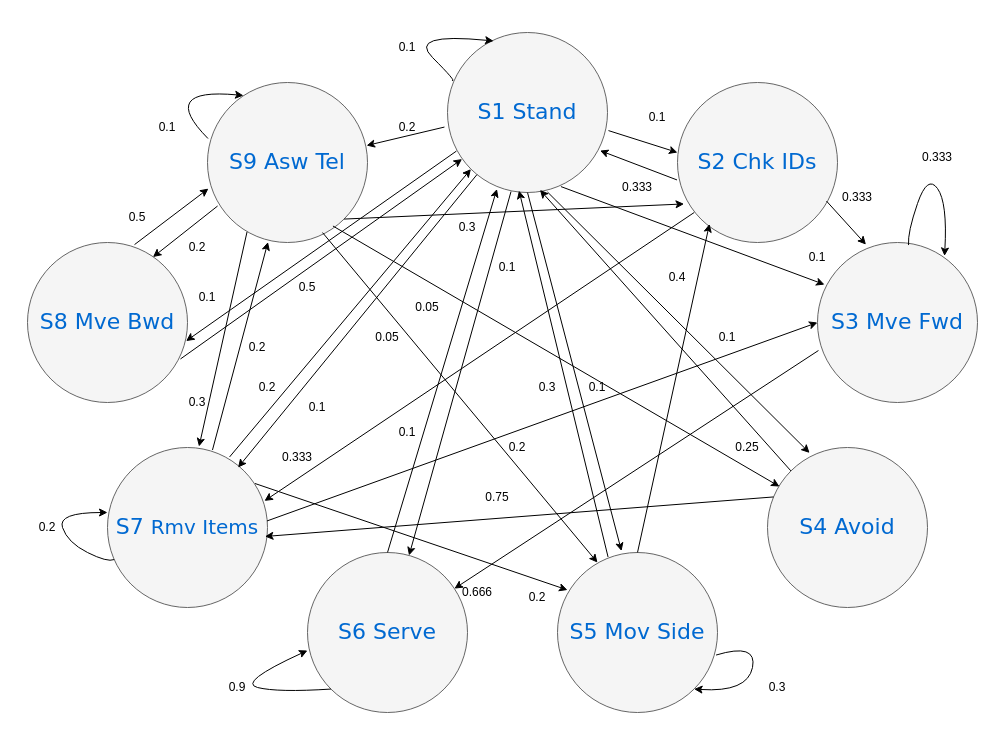
The draw.io diagram Untitled Diagram.drawio in lcw650/lcw2, before the edit. Source tidied: cells renumbered, new cells numbered last; positions are measured from the earlier drawing's top-left corner, leaving out a move shared by most shapes. Both pictures are drawn from the tidied source at 100%, with x=0, y=0 at pixel (17, 32).
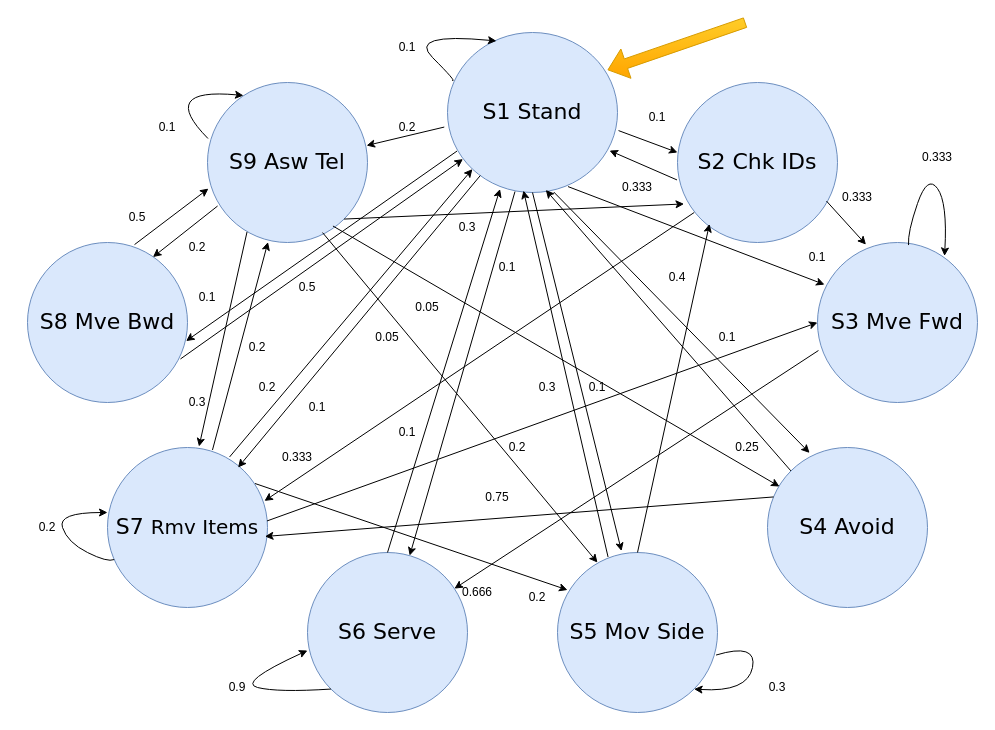
Above is the later version.

Change to the diagram source:
```diff
@@
-    <mxCell id="2" value="S1 Stand" style="ellipse;whiteSpace=wrap;html=1;rounded=0;shadow=0;dashed=0;comic=0;fontFamily=Verdana;fontSize=22;fontColor=#0069D1;fillColor=#f5f5f5;strokeColor=#666666;" parent="1" vertex="1">
-      <mxGeometry x="430" width="160" height="160" as="geometry" />
+    <mxCell id="2" value="S1 Stand" style="ellipse;whiteSpace=wrap;html=1;rounded=0;shadow=0;dashed=0;comic=0;fontFamily=Verdana;fontSize=22;fillColor=#dae8fc;strokeColor=#6c8ebf;" parent="1" vertex="1">
+      <mxGeometry x="430" width="170" height="160" as="geometry" />
     </mxCell>
-    <mxCell id="3" value="S5 Mov Side" style="ellipse;whiteSpace=wrap;html=1;rounded=0;shadow=0;dashed=0;comic=0;fontFamily=Verdana;fontSize=22;fontColor=#0069D1;fillColor=#f5f5f5;strokeColor=#666666;" parent="1" vertex="1">
+    <mxCell id="3" value="S5 Mov Side" style="ellipse;whiteSpace=wrap;html=1;rounded=0;shadow=0;dashed=0;comic=0;fontFamily=Verdana;fontSize=22;fillColor=#dae8fc;strokeColor=#6c8ebf;" parent="1" vertex="1">
       <mxGeometry x="540" y="520" width="160" height="160" as="geometry" />
     </mxCell>
-    <mxCell id="4" value="S3 Mve Fwd" style="ellipse;whiteSpace=wrap;html=1;rounded=0;shadow=0;dashed=0;comic=0;fontFamily=Verdana;fontSize=22;fontColor=#0069D1;fillColor=#f5f5f5;strokeColor=#666666;" parent="1" vertex="1">
+    <mxCell id="4" value="S3 Mve Fwd" style="ellipse;whiteSpace=wrap;html=1;rounded=0;shadow=0;dashed=0;comic=0;fontFamily=Verdana;fontSize=22;fillColor=#dae8fc;strokeColor=#6c8ebf;" parent="1" vertex="1">
       <mxGeometry x="800" y="210" width="160" height="160" as="geometry" />
     </mxCell>
-    <mxCell id="5" value="S7 &lt;font style=&quot;font-size: 20px;&quot;&gt;Rmv Items&lt;/font&gt;" style="ellipse;whiteSpace=wrap;html=1;rounded=0;shadow=0;dashed=0;comic=0;fontFamily=Verdana;fontSize=22;fontColor=#0069D1;fillColor=#f5f5f5;strokeColor=#666666;" parent="1" vertex="1">
+    <mxCell id="5" value="S7 &lt;font style=&quot;font-size: 20px;&quot;&gt;Rmv Items&lt;/font&gt;" style="ellipse;whiteSpace=wrap;html=1;rounded=0;shadow=0;dashed=0;comic=0;fontFamily=Verdana;fontSize=22;fillColor=#dae8fc;strokeColor=#6c8ebf;" parent="1" vertex="1">
       <mxGeometry x="90" y="415" width="160" height="160" as="geometry" />
     </mxCell>
-    <mxCell id="6" value="S8 Mve Bwd" style="ellipse;whiteSpace=wrap;html=1;rounded=0;shadow=0;dashed=0;comic=0;fontFamily=Verdana;fontSize=22;fontColor=#0069D1;fillColor=#f5f5f5;strokeColor=#666666;" parent="1" vertex="1">
+    <mxCell id="6" value="S8 Mve Bwd" style="ellipse;whiteSpace=wrap;html=1;rounded=0;shadow=0;dashed=0;comic=0;fontFamily=Verdana;fontSize=22;fillColor=#dae8fc;strokeColor=#6c8ebf;" parent="1" vertex="1">
       <mxGeometry x="10" y="210" width="160" height="160" as="geometry" />
     </mxCell>
-    <mxCell id="7" value="S2 Chk IDs" style="ellipse;whiteSpace=wrap;html=1;rounded=0;shadow=0;dashed=0;comic=0;fontFamily=Verdana;fontSize=22;fontColor=#0069D1;fillColor=#f5f5f5;strokeColor=#666666;" parent="1" vertex="1">
+    <mxCell id="7" value="S2 Chk IDs" style="ellipse;whiteSpace=wrap;html=1;rounded=0;shadow=0;dashed=0;comic=0;fontFamily=Verdana;fontSize=22;fillColor=#dae8fc;strokeColor=#6c8ebf;" parent="1" vertex="1">
       <mxGeometry x="660" y="50" width="160" height="160" as="geometry" />
     </mxCell>
-    <mxCell id="8" value="S4 Avoid" style="ellipse;whiteSpace=wrap;html=1;rounded=0;shadow=0;dashed=0;comic=0;fontFamily=Verdana;fontSize=22;fontColor=#0069D1;fillColor=#f5f5f5;strokeColor=#666666;" parent="1" vertex="1">
+    <mxCell id="8" value="S4 Avoid" style="ellipse;whiteSpace=wrap;html=1;rounded=0;shadow=0;dashed=0;comic=0;fontFamily=Verdana;fontSize=22;fillColor=#dae8fc;strokeColor=#6c8ebf;" parent="1" vertex="1">
       <mxGeometry x="750" y="415" width="160" height="160" as="geometry" />
     </mxCell>
-    <mxCell id="9" value="S6 Serve" style="ellipse;whiteSpace=wrap;html=1;rounded=0;shadow=0;dashed=0;comic=0;fontFamily=Verdana;fontSize=22;fontColor=#0069D1;fillColor=#f5f5f5;strokeColor=#666666;" parent="1" vertex="1">
+    <mxCell id="9" value="S6 Serve" style="ellipse;whiteSpace=wrap;html=1;rounded=0;shadow=0;dashed=0;comic=0;fontFamily=Verdana;fontSize=22;fillColor=#dae8fc;strokeColor=#6c8ebf;" parent="1" vertex="1">
       <mxGeometry x="290" y="520" width="160" height="160" as="geometry" />
     </mxCell>
-    <mxCell id="10" value="S9 Asw Tel" style="ellipse;whiteSpace=wrap;html=1;rounded=0;shadow=0;dashed=0;comic=0;fontFamily=Verdana;fontSize=22;fontColor=#0069D1;fillColor=#f5f5f5;strokeColor=#666666;" parent="1" vertex="1">
+    <mxCell id="10" value="S9 Asw Tel" style="ellipse;whiteSpace=wrap;html=1;rounded=0;shadow=0;dashed=0;comic=0;fontFamily=Verdana;fontSize=22;fillColor=#dae8fc;strokeColor=#6c8ebf;" parent="1" vertex="1">
       <mxGeometry x="190" y="50" width="160" height="160" as="geometry" />
     </mxCell>
@@
+    <mxCell id="79" style="shape=flexArrow;endArrow=classic;html=1;rounded=0;entryX=0.971;entryY=0.247;entryDx=0;entryDy=0;entryPerimeter=0;fillColor=#ffcd28;gradientColor=#ffa500;strokeColor=#d79b00;" parent="1" edge="1">
+      <mxGeometry relative="1" as="geometry">
+        <mxPoint x="728" y="-10" as="sourcePoint" />
+        <mxPoint x="590" y="37.5" as="targetPoint" />
+      </mxGeometry>
+    </mxCell>
```
